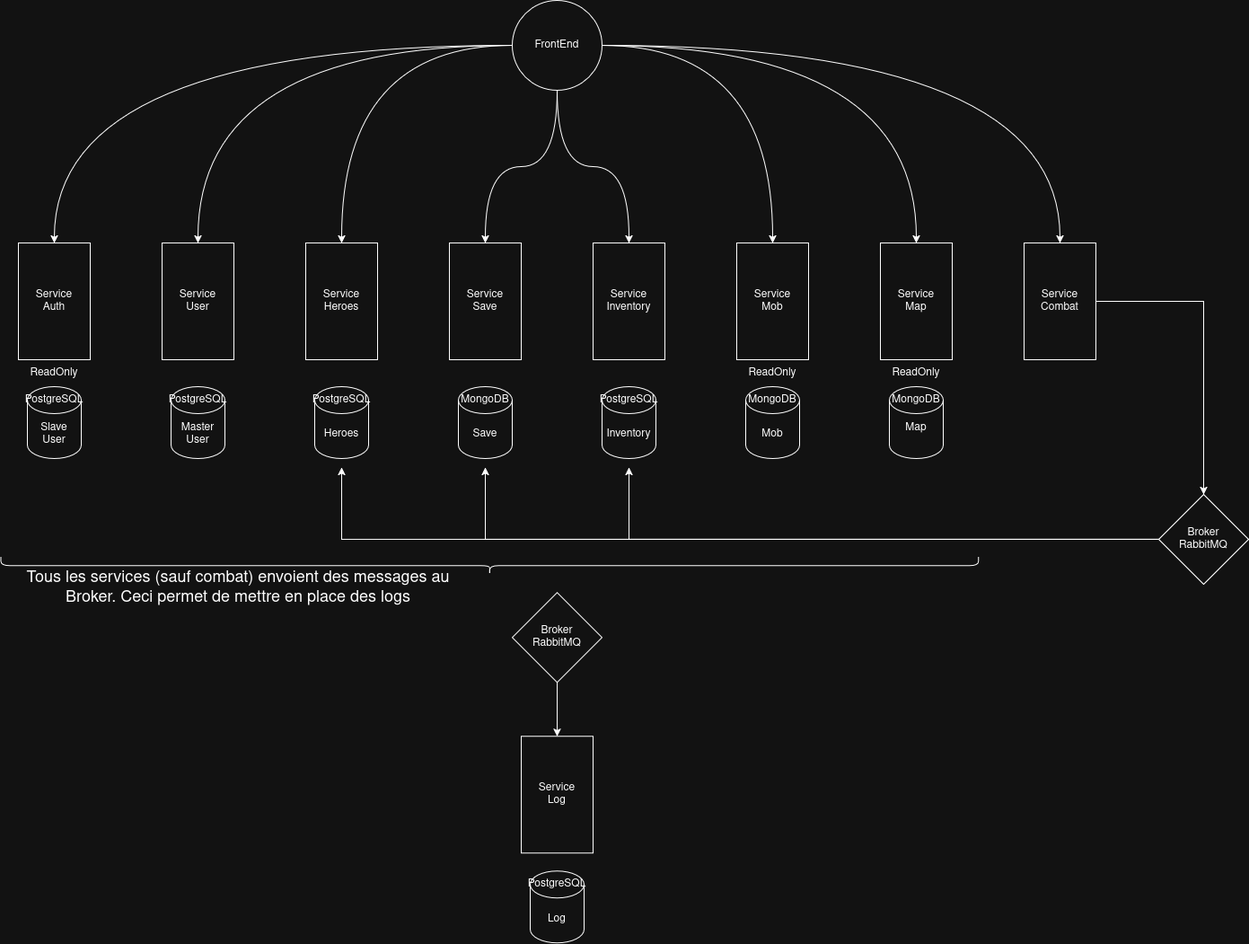
Before: images/MicroService.drawio.png, a diagram exported from draw.io (ChronicleOfTheSacredSword/documentation). Source tidied: cells renumbered, new cells last; positions are measured from the earlier drawing's top-left corner, leaving out a move shared by most shapes.
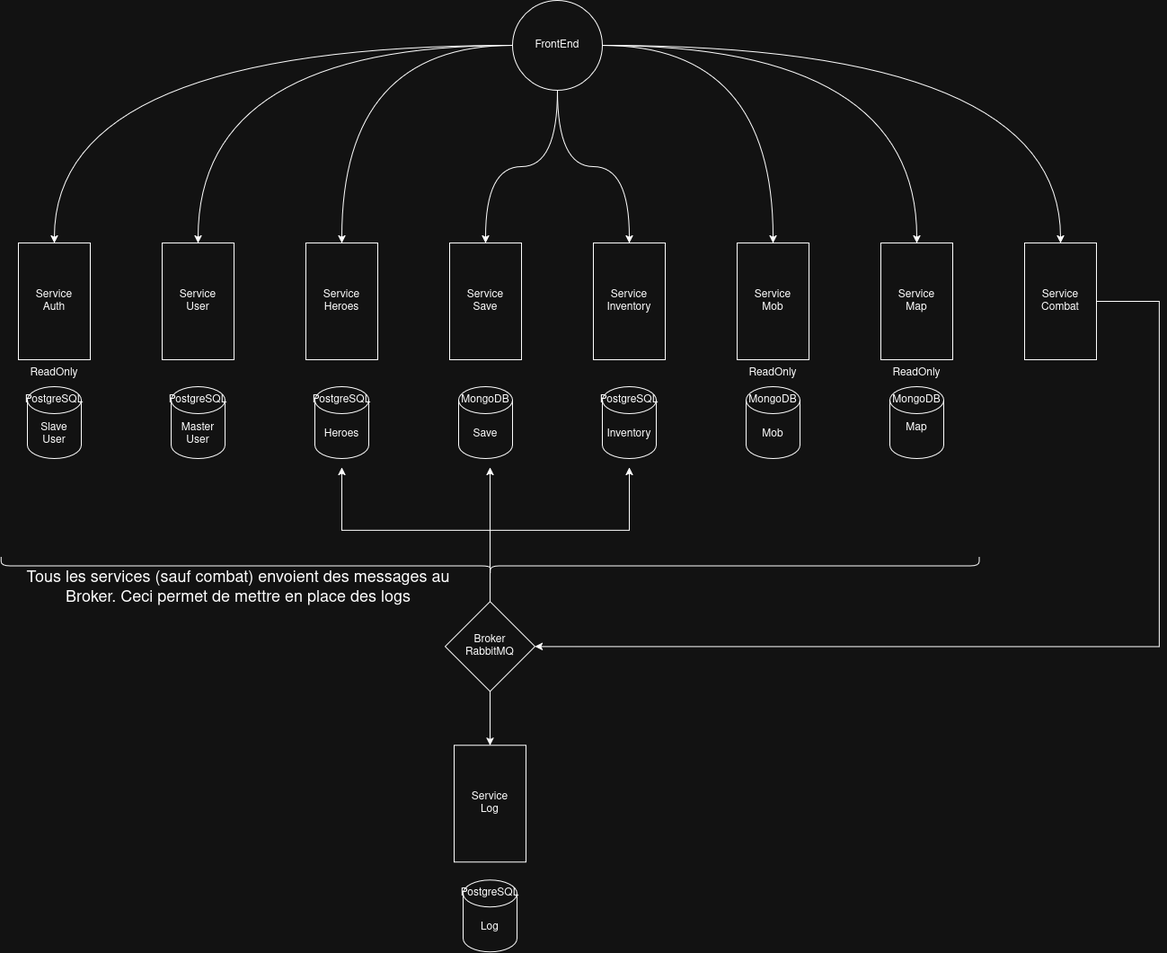
Later version of the same file.

Commit message:
modification image architecture

Change to the diagram source:
```diff
@@ -101,38 +101,25 @@
     <mxCell id="34" value="PostgreSQL" style="text;html=1;whiteSpace=wrap;strokeColor=none;fillColor=none;align=center;verticalAlign=middle;rounded=0;" parent="1" vertex="1">
       <mxGeometry x="670" y="430" width="60" height="30" as="geometry" />
     </mxCell>
-    <mxCell id="35" style="edgeStyle=orthogonalEdgeStyle;rounded=0;jettySize=auto;html=1;entryX=0.5;entryY=0;entryDx=0;entryDy=0;" parent="1" edge="1" source="36" target="40">
-      <mxGeometry relative="1" as="geometry" />
+    <mxCell id="35" style="edgeStyle=orthogonalEdgeStyle;rounded=0;jettySize=auto;html=1;entryX=1;entryY=0.5;entryDx=0;entryDy=0;" parent="1" edge="1" source="36" target="46">
+      <mxGeometry relative="1" as="geometry">
+        <Array as="points">
+          <mxPoint x="1290" y="335" />
+          <mxPoint x="1290" y="719" />
+        </Array>
+      </mxGeometry>
     </mxCell>
     <mxCell id="36" value="&lt;div&gt;Service&lt;/div&gt;&lt;div&gt;Combat&lt;/div&gt;" style="rounded=0;whiteSpace=wrap;html=1;" parent="1" vertex="1">
       <mxGeometry x="1140" y="270" width="80" height="130" as="geometry" />
     </mxCell>
-    <mxCell id="37" style="edgeStyle=orthogonalEdgeStyle;rounded=0;jettySize=auto;html=1;" parent="1" edge="1" source="40">
-      <mxGeometry relative="1" as="geometry">
-        <mxPoint x="700" y="520" as="targetPoint" />
-      </mxGeometry>
-    </mxCell>
-    <mxCell id="38" style="edgeStyle=orthogonalEdgeStyle;rounded=0;jettySize=auto;html=1;" parent="1" edge="1" source="40">
-      <mxGeometry relative="1" as="geometry">
-        <mxPoint x="540" y="520" as="targetPoint" />
-      </mxGeometry>
-    </mxCell>
-    <mxCell id="39" style="edgeStyle=orthogonalEdgeStyle;rounded=0;jettySize=auto;html=1;" parent="1" edge="1" source="40">
-      <mxGeometry relative="1" as="geometry">
-        <mxPoint x="380" y="520" as="targetPoint" />
-      </mxGeometry>
-    </mxCell>
-    <mxCell id="40" value="&lt;div&gt;Broker&lt;/div&gt;&lt;div&gt;RabbitMQ&lt;/div&gt;" style="rhombus;whiteSpace=wrap;html=1;" parent="1" vertex="1">
-      <mxGeometry x="1290" y="550" width="100" height="100" as="geometry" />
-    </mxCell>
     <mxCell id="41" value="&lt;div&gt;Service&lt;/div&gt;&lt;div&gt;Log&lt;/div&gt;" style="rounded=0;whiteSpace=wrap;html=1;" parent="1" vertex="1">
-      <mxGeometry x="580" y="819.4" width="80" height="130" as="geometry" />
+      <mxGeometry x="505" y="829.4" width="80" height="130" as="geometry" />
     </mxCell>
     <mxCell id="42" value="Log" style="shape=cylinder3;whiteSpace=wrap;html=1;boundedLbl=1;backgroundOutline=1;size=15;" parent="1" vertex="1">
-      <mxGeometry x="590" y="969.4" width="60" height="80" as="geometry" />
+      <mxGeometry x="515" y="979.4" width="60" height="80" as="geometry" />
     </mxCell>
     <mxCell id="43" value="PostgreSQL" style="text;html=1;whiteSpace=wrap;strokeColor=none;fillColor=none;align=center;verticalAlign=middle;rounded=0;" parent="1" vertex="1">
-      <mxGeometry x="590" y="969.4" width="60" height="30" as="geometry" />
+      <mxGeometry x="515" y="979.4" width="60" height="30" as="geometry" />
     </mxCell>
     <mxCell id="44" style="shape=curlyBracket;whiteSpace=wrap;html=1;rounded=1;flipH=1;labelPosition=right;verticalLabelPosition=middle;align=left;verticalAlign=middle;legacyAnchorPoints=0;rotation=90;" parent="1" vertex="1">
       <mxGeometry x="535" y="85" width="20" height="1088.8" as="geometry" />
@@ -140,8 +127,31 @@
     <mxCell id="45" style="edgeStyle=orthogonalEdgeStyle;curved=1;rounded=0;jettySize=auto;html=1;entryX=0.5;entryY=0;entryDx=0;entryDy=0;" parent="1" edge="1" source="46" target="41">
       <mxGeometry relative="1" as="geometry" />
     </mxCell>
+    <mxCell id="48" style="edgeStyle=orthogonalEdgeStyle;rounded=0;jettySize=auto;html=1;" parent="1" edge="1" source="46">
+      <mxGeometry relative="1" as="geometry">
+        <mxPoint x="545" y="520" as="targetPoint" />
+      </mxGeometry>
+    </mxCell>
+    <mxCell id="49" style="edgeStyle=orthogonalEdgeStyle;rounded=0;jettySize=auto;html=1;" parent="1" edge="1" source="46">
+      <mxGeometry relative="1" as="geometry">
+        <mxPoint x="700" y="520" as="targetPoint" />
+        <Array as="points">
+          <mxPoint x="545" y="590" />
+          <mxPoint x="700" y="590" />
+        </Array>
+      </mxGeometry>
+    </mxCell>
+    <mxCell id="50" style="edgeStyle=orthogonalEdgeStyle;rounded=0;jettySize=auto;html=1;" parent="1" edge="1" source="46">
+      <mxGeometry relative="1" as="geometry">
+        <mxPoint x="380" y="520" as="targetPoint" />
+        <Array as="points">
+          <mxPoint x="545" y="590" />
+          <mxPoint x="380" y="590" />
+        </Array>
+      </mxGeometry>
+    </mxCell>
     <mxCell id="46" value="&lt;div&gt;Broker&lt;/div&gt;&lt;div&gt;RabbitMQ&lt;/div&gt;" style="rhombus;whiteSpace=wrap;html=1;" parent="1" vertex="1">
-      <mxGeometry x="570" y="659.4" width="100" height="100" as="geometry" />
+      <mxGeometry x="495" y="669.4" width="100" height="100" as="geometry" />
     </mxCell>
     <mxCell id="47" value="&lt;font style=&quot;font-size: 18px;&quot;&gt;Tous les services (sauf combat) envoient des messages au Broker. Ceci permet de mettre en place des logs&lt;/font&gt;" style="text;html=1;whiteSpace=wrap;strokeColor=none;fillColor=none;align=center;verticalAlign=middle;rounded=0;" parent="1" vertex="1">
       <mxGeometry y="639.4" width="530" height="30" as="geometry" />
```
